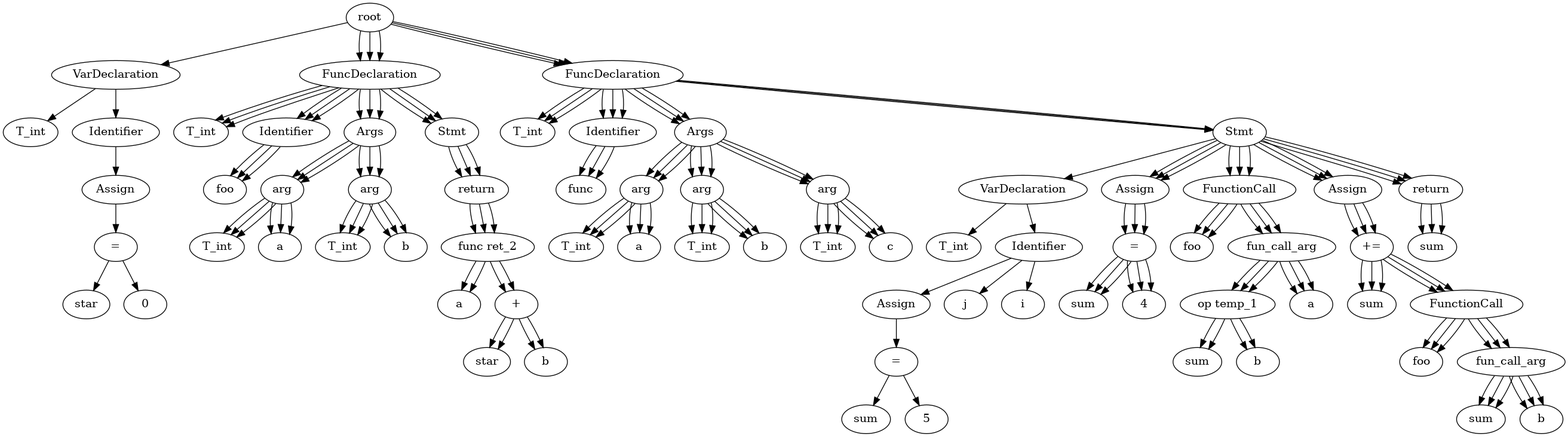
Jstar49/starCC keeps this Graphviz diagram as test.gv.png. Above is the earlier version. Its source is kept beside it as test.gv.
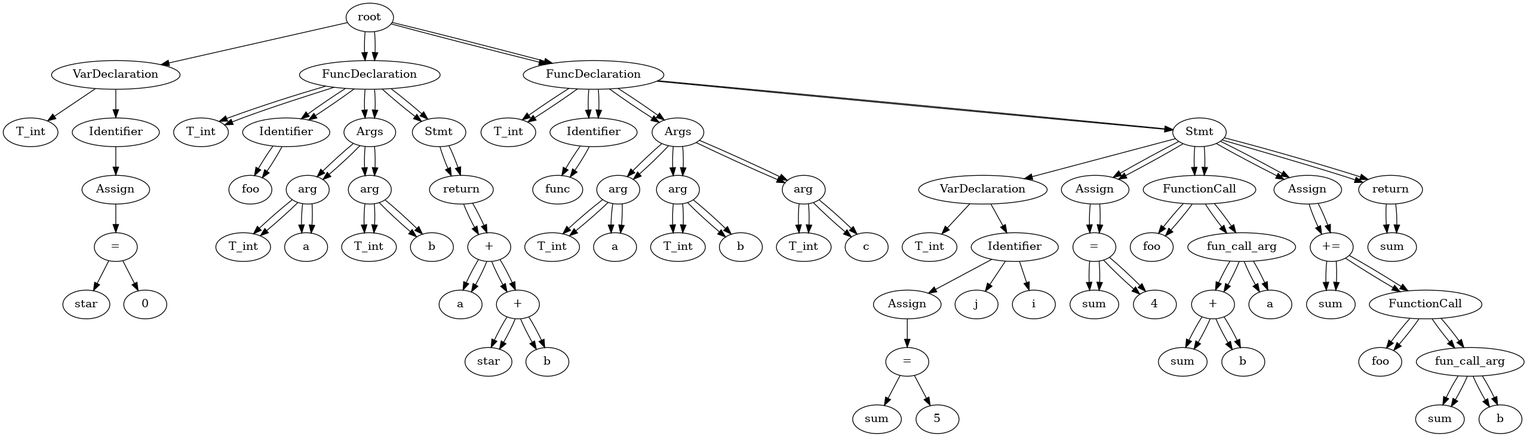
After the change.

Change to the diagram source:
```diff
@@ -249,101 +249,4 @@
 	39 -> 68
 	69 [label=sum]
 	68 -> 69
-	None [label=root]
-	7 [label=FuncDeclaration]
-	None -> 7
-	8 [label=T_int]
-	7 -> 8
-	9 [label=Identifier]
-	7 -> 9
-	10 [label=foo]
-	9 -> 10
-	11 [label=Args]
-	7 -> 11
-	12 [label=arg]
-	11 -> 12
-	13 [label=T_int]
-	12 -> 13
-	14 [label=a]
-	12 -> 14
-	15 [label=arg]
-	11 -> 15
-	16 [label=T_int]
-	15 -> 16
-	17 [label=b]
-	15 -> 17
-	18 [label=Stmt]
-	7 -> 18
-	19 [label=return]
-	18 -> 19
-	21 [label="func ret_2"]
-	19 -> 21
-	25 [label=FuncDeclaration]
-	None -> 25
-	26 [label=T_int]
-	25 -> 26
-	27 [label=Identifier]
-	25 -> 27
-	28 [label=func]
-	27 -> 28
-	29 [label=Args]
-	25 -> 29
-	30 [label=arg]
-	29 -> 30
-	31 [label=T_int]
-	30 -> 31
-	32 [label=a]
-	30 -> 32
-	33 [label=arg]
-	29 -> 33
-	34 [label=T_int]
-	33 -> 34
-	35 [label=b]
-	33 -> 35
-	36 [label=arg]
-	29 -> 36
-	37 [label=T_int]
-	36 -> 37
-	38 [label=c]
-	36 -> 38
-	39 [label=Stmt]
-	25 -> 39
-	49 [label=Assign]
-	39 -> 49
-	51 [label="="]
-	49 -> 51
-	50 [label=sum]
-	51 -> 50
-	52 [label=4]
-	51 -> 52
-	53 [label=FunctionCall]
-	39 -> 53
-	54 [label=foo]
-	53 -> 54
-	55 [label=fun_call_arg]
-	53 -> 55
-	57 [label="op temp_1"]
-	55 -> 57
-	59 [label=a]
-	55 -> 59
-	60 [label=Assign]
-	39 -> 60
-	62 [label="+="]
-	60 -> 62
-	61 [label=sum]
-	62 -> 61
-	63 [label=FunctionCall]
-	62 -> 63
-	64 [label=foo]
-	63 -> 64
-	65 [label=fun_call_arg]
-	63 -> 65
-	66 [label=sum]
-	65 -> 66
-	67 [label=b]
-	65 -> 67
-	68 [label=return]
-	39 -> 68
-	69 [label=sum]
-	68 -> 69
 }
```
